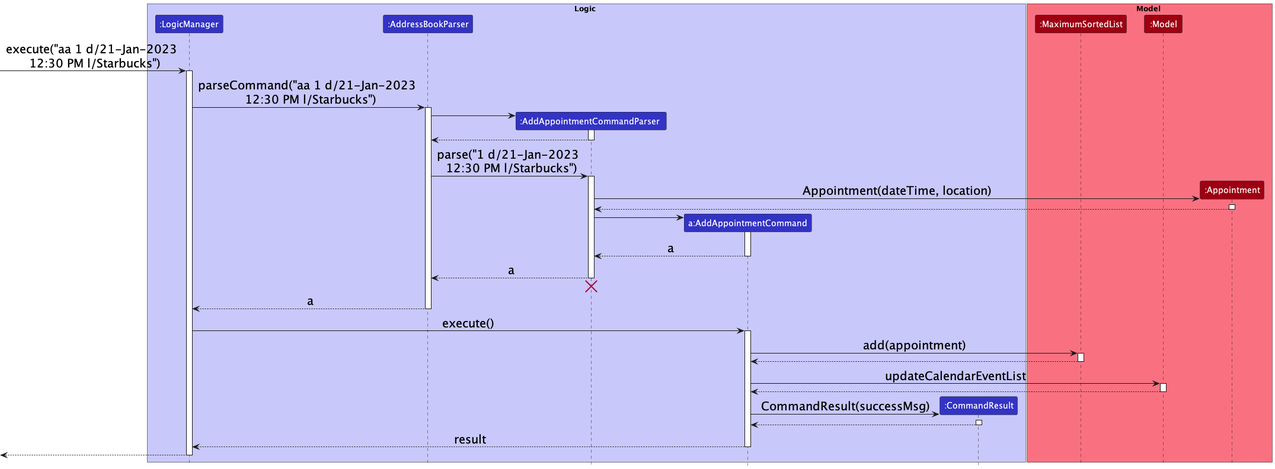
This is docs/images/AddAppointmentCommandSequenceDiagram.png from nus-cs2103-AY2223S1/tp, a PlantUML export, as it was before one commit.
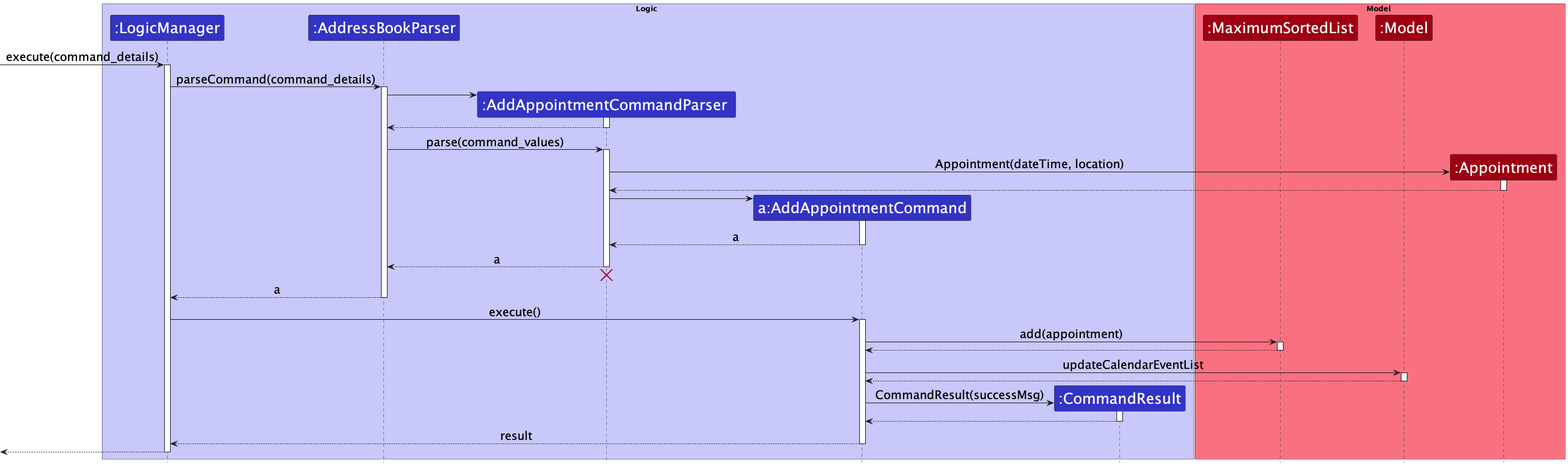
Later version of the same file.

Commit message:
Add Find Command to Developer Guide

Change to the diagram source:
```diff
@@ -1,5 +1,7 @@
 @startuml
 !include style.puml
+
+skinparam ParticipantFontSize 25
 
 skinparam Sequence {
     ArrowFontSize 20
@@ -19,10 +21,10 @@
 participant ":Appointment" as Appointment MODEL_COLOR
 end box
 
-[-> LogicManager : execute("aa 1 d/21-Jan-2023 \n 12:30 PM l/Starbucks")
+[-> LogicManager : execute(command_details)
 activate LogicManager
 
-LogicManager -> AddressBookParser : parseCommand("aa 1 d/21-Jan-2023 \n 12:30 PM l/Starbucks")
+LogicManager -> AddressBookParser : parseCommand(command_details)
 activate AddressBookParser
 
 create AddAppointmentCommandParser
@@ -32,7 +34,7 @@
 AddAppointmentCommandParser  --> AddressBookParser
 deactivate AddAppointmentCommandParser
 
-AddressBookParser -> AddAppointmentCommandParser  : parse("1 d/21-Jan-2023 \n 12:30 PM l/Starbucks")
+AddressBookParser -> AddAppointmentCommandParser  : parse(command_values)
 activate AddAppointmentCommandParser
 
 create Appointment
```
